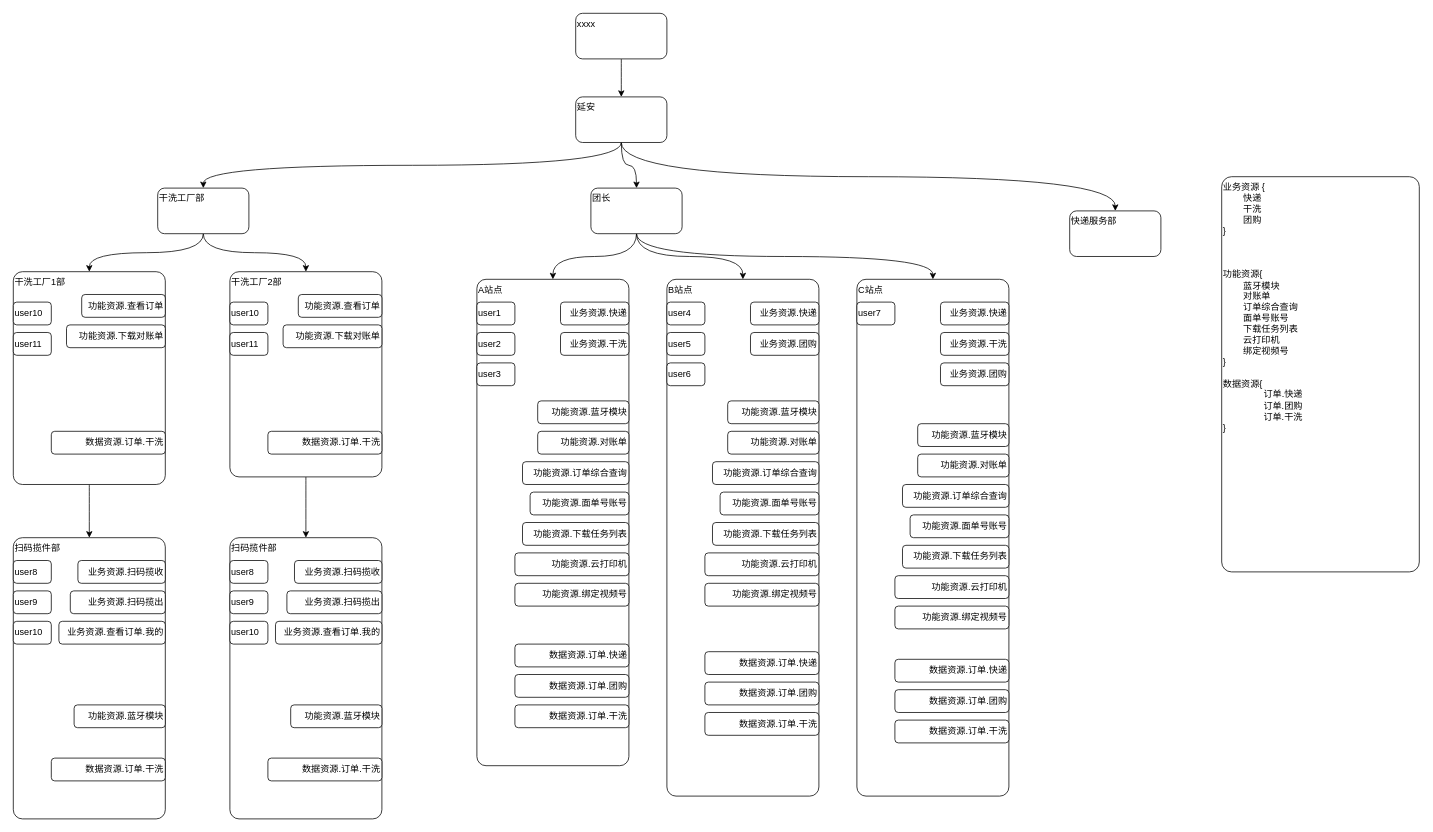
xyfll7/xyfll7.github.io keeps this draw.io diagram as permission.drawio. Above is the earlier version. Source tidied: cells renumbered, new cells numbered last; positions are measured from the earlier drawing's top-left corner, leaving out a move shared by most shapes. Both pictures are drawn from the tidied source at 76%, with x=0, y=0 at pixel (13, 13).
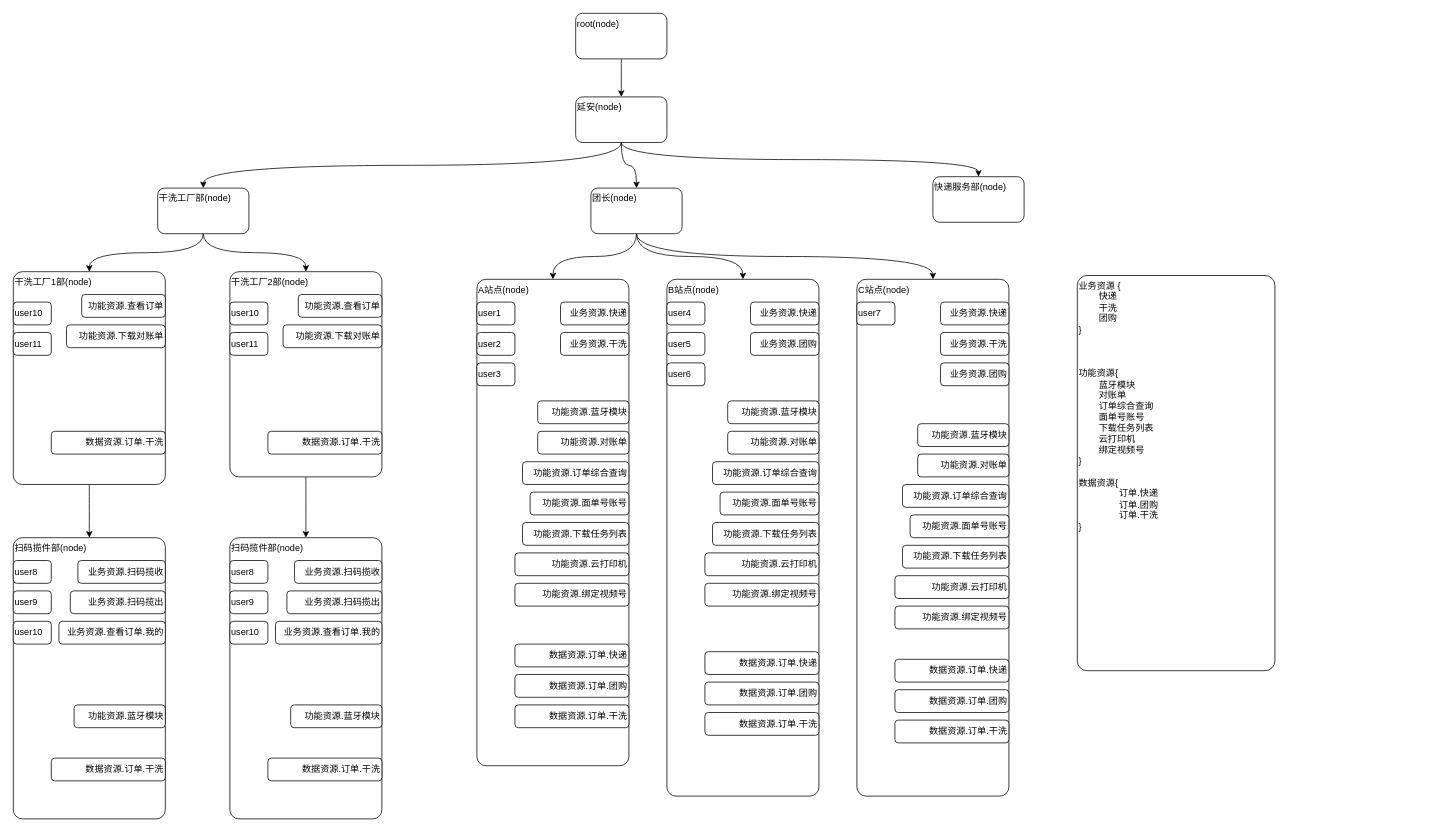
After the change.

Diff of the diagram source:
```diff
@@
-    <mxCell id="3" value="xxxx" style="rounded=1;whiteSpace=wrap;html=1;align=left;verticalAlign=top;" parent="1" vertex="1">
+    <mxCell id="3" value="root(node)" style="rounded=1;whiteSpace=wrap;html=1;align=left;verticalAlign=top;" parent="1" vertex="1">
       <mxGeometry x="740" width="120" height="60" as="geometry" />
     </mxCell>
@@
-    <mxCell id="7" value="延安" style="rounded=1;whiteSpace=wrap;html=1;align=left;verticalAlign=top;" parent="1" vertex="1">
+    <mxCell id="7" value="延安(node)" style="rounded=1;whiteSpace=wrap;html=1;align=left;verticalAlign=top;" parent="1" vertex="1">
       <mxGeometry x="740" y="110" width="120" height="60" as="geometry" />
     </mxCell>
@@
-    <mxCell id="11" value="团长" style="rounded=1;whiteSpace=wrap;html=1;align=left;verticalAlign=top;" parent="1" vertex="1">
+    <mxCell id="11" value="团长(node)" style="rounded=1;whiteSpace=wrap;html=1;align=left;verticalAlign=top;" parent="1" vertex="1">
       <mxGeometry x="760" y="230" width="120" height="60" as="geometry" />
     </mxCell>
     <mxCell id="12" value="业务资源 {&lt;div&gt;&lt;span style=&quot;white-space: pre;&quot;&gt;&#9;&lt;/span&gt;快递&lt;br&gt;&lt;/div&gt;&lt;div&gt;&lt;span style=&quot;white-space: pre;&quot;&gt;&#9;&lt;/span&gt;干洗&lt;br&gt;&lt;/div&gt;&lt;div&gt;&lt;span style=&quot;white-space: pre;&quot;&gt;&#9;&lt;/span&gt;团购&lt;br&gt;&lt;/div&gt;&lt;div&gt;}&lt;br&gt;&lt;br&gt;&lt;br&gt;&lt;br&gt;功能资源{&lt;/div&gt;&lt;div&gt;&lt;span style=&quot;white-space: pre;&quot;&gt;&#9;&lt;/span&gt;蓝牙模块&lt;br&gt;&lt;span style=&quot;white-space: pre;&quot;&gt;&#9;&lt;/span&gt;对账单&lt;br&gt;&lt;span style=&quot;white-space: pre;&quot;&gt;&#9;&lt;/span&gt;订单综合查询&lt;br&gt;&lt;/div&gt;&lt;div&gt;&lt;span style=&quot;white-space: pre;&quot;&gt;&#9;&lt;/span&gt;面单号账号&lt;br&gt;&lt;/div&gt;&lt;div&gt;&lt;span style=&quot;white-space: pre;&quot;&gt;&#9;&lt;/span&gt;下载任务列表&lt;br&gt;&lt;/div&gt;&lt;div&gt;&lt;span style=&quot;white-space: pre;&quot;&gt;&#9;&lt;/span&gt;云打印机&lt;br&gt;&lt;/div&gt;&lt;div&gt;&lt;span style=&quot;white-space: pre;&quot;&gt;&#9;&lt;/span&gt;&lt;span style=&quot;background-color: transparent; color: light-dark(rgb(0, 0, 0), rgb(255, 255, 255));&quot;&gt;绑定视频号&lt;/span&gt;&lt;br&gt;&lt;/div&gt;&lt;div&gt;}&lt;br&gt;&lt;br&gt;&lt;div&gt;数据资源{&lt;/div&gt;&lt;div&gt;&lt;span style=&quot;white-space: pre;&quot;&gt;&#9;&lt;span style=&quot;white-space: pre;&quot;&gt;&#9;&lt;/span&gt;订单&lt;/span&gt;.快递&lt;/div&gt;&lt;div&gt;&lt;span style=&quot;white-space: pre;&quot;&gt;&#9;&lt;/span&gt;&lt;span style=&quot;white-space: pre;&quot;&gt;&#9;&lt;/span&gt;订单.团购&lt;br&gt;&lt;/div&gt;&lt;div&gt;&lt;span style=&quot;white-space: pre;&quot;&gt;&#9;&lt;/span&gt;&lt;span style=&quot;white-space: pre;&quot;&gt;&#9;&lt;/span&gt;订单.干洗&lt;/div&gt;&lt;div&gt;}&lt;/div&gt;&lt;/div&gt;" style="rounded=1;whiteSpace=wrap;html=1;align=left;verticalAlign=top;arcSize=5;" parent="1" vertex="1">
-      <mxGeometry x="1590" y="215" width="260" height="520" as="geometry" />
+      <mxGeometry x="1400" y="345" width="260" height="520" as="geometry" />
     </mxCell>
-    <mxCell id="13" value="C站点" style="rounded=1;whiteSpace=wrap;html=1;align=left;verticalAlign=top;arcSize=6;" parent="1" vertex="1">
+    <mxCell id="13" value="C站点(node)" style="rounded=1;whiteSpace=wrap;html=1;align=left;verticalAlign=top;arcSize=6;" parent="1" vertex="1">
       <mxGeometry x="1110" y="350" width="200" height="680" as="geometry" />
     </mxCell>
@@
-    <mxCell id="18" value="B站点" style="rounded=1;whiteSpace=wrap;html=1;align=left;verticalAlign=top;arcSize=6;" parent="1" vertex="1">
+    <mxCell id="18" value="B站点(node)" style="rounded=1;whiteSpace=wrap;html=1;align=left;verticalAlign=top;arcSize=6;" parent="1" vertex="1">
       <mxGeometry x="860" y="350" width="200" height="680" as="geometry" />
     </mxCell>
@@
-    <mxCell id="24" value="A站点" style="rounded=1;whiteSpace=wrap;html=1;align=left;verticalAlign=top;arcSize=6;" parent="1" vertex="1">
+    <mxCell id="24" value="A站点(node)" style="rounded=1;whiteSpace=wrap;html=1;align=left;verticalAlign=top;arcSize=6;" parent="1" vertex="1">
       <mxGeometry x="610" y="350" width="200" height="640" as="geometry" />
     </mxCell>
@@
-    <mxCell id="52" value="干洗工厂2部" style="rounded=1;whiteSpace=wrap;html=1;align=left;verticalAlign=top;arcSize=6;" parent="1" vertex="1">
+    <mxCell id="52" value="干洗工厂2部(node)" style="rounded=1;whiteSpace=wrap;html=1;align=left;verticalAlign=top;arcSize=6;" parent="1" vertex="1">
       <mxGeometry x="285" y="340" width="200" height="270" as="geometry" />
     </mxCell>
-    <mxCell id="53" value="扫码揽件部" style="rounded=1;whiteSpace=wrap;html=1;align=left;verticalAlign=top;arcSize=6;" parent="1" vertex="1">
+    <mxCell id="53" value="扫码揽件部(node)" style="rounded=1;whiteSpace=wrap;html=1;align=left;verticalAlign=top;arcSize=6;" parent="1" vertex="1">
       <mxGeometry x="285" y="690" width="200" height="370" as="geometry" />
     </mxCell>
@@
-    <mxCell id="67" value="干洗工厂部" style="rounded=1;whiteSpace=wrap;html=1;align=left;verticalAlign=top;" parent="1" vertex="1">
+    <mxCell id="67" value="干洗工厂部(node)" style="rounded=1;whiteSpace=wrap;html=1;align=left;verticalAlign=top;" parent="1" vertex="1">
       <mxGeometry x="190" y="230" width="120" height="60" as="geometry" />
     </mxCell>
@@
-    <mxCell id="69" value="干洗工厂1部" style="rounded=1;whiteSpace=wrap;html=1;align=left;verticalAlign=top;arcSize=6;" parent="1" vertex="1">
+    <mxCell id="69" value="干洗工厂1部(node)" style="rounded=1;whiteSpace=wrap;html=1;align=left;verticalAlign=top;arcSize=6;" parent="1" vertex="1">
       <mxGeometry y="340" width="200" height="280" as="geometry" />
     </mxCell>
-    <mxCell id="70" value="扫码揽件部" style="rounded=1;whiteSpace=wrap;html=1;align=left;verticalAlign=top;arcSize=6;" parent="1" vertex="1">
+    <mxCell id="70" value="扫码揽件部(node)" style="rounded=1;whiteSpace=wrap;html=1;align=left;verticalAlign=top;arcSize=6;" parent="1" vertex="1">
       <mxGeometry y="690" width="200" height="370" as="geometry" />
     </mxCell>
@@
-    <mxCell id="82" value="快递服务部" style="rounded=1;whiteSpace=wrap;html=1;align=left;verticalAlign=top;" parent="1" vertex="1">
-      <mxGeometry x="1390" y="260" width="120" height="60" as="geometry" />
+    <mxCell id="82" value="快递服务部(node)" style="rounded=1;whiteSpace=wrap;html=1;align=left;verticalAlign=top;" parent="1" vertex="1">
+      <mxGeometry x="1210" y="215" width="120" height="60" as="geometry" />
     </mxCell>
```
